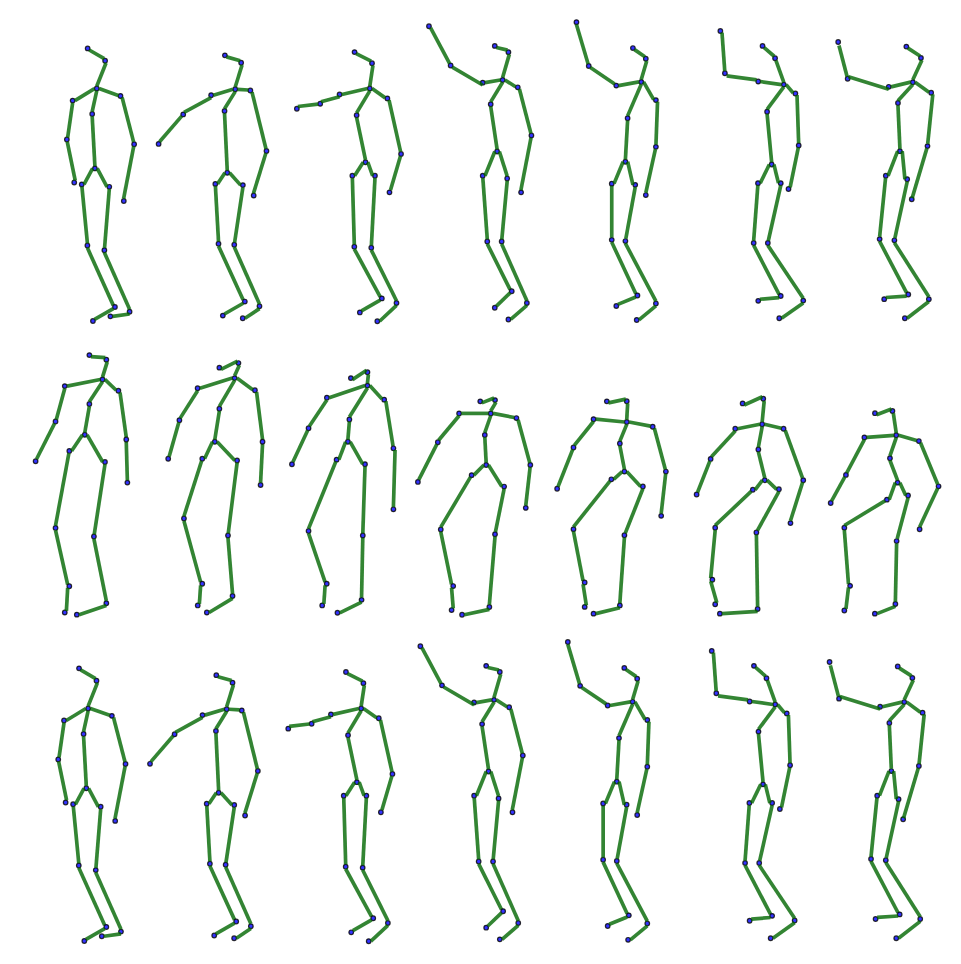
This is overall333.drawio from HuCui2022/Images, a draw.io file, before an edit. Source tidied: cells renumbered, new cells numbered last; positions are measured from the earlier drawing's top-left corner, leaving out a move shared by most shapes. Both pictures are drawn from the tidied source at 123%, with x=0, y=0 at pixel (33, 20).
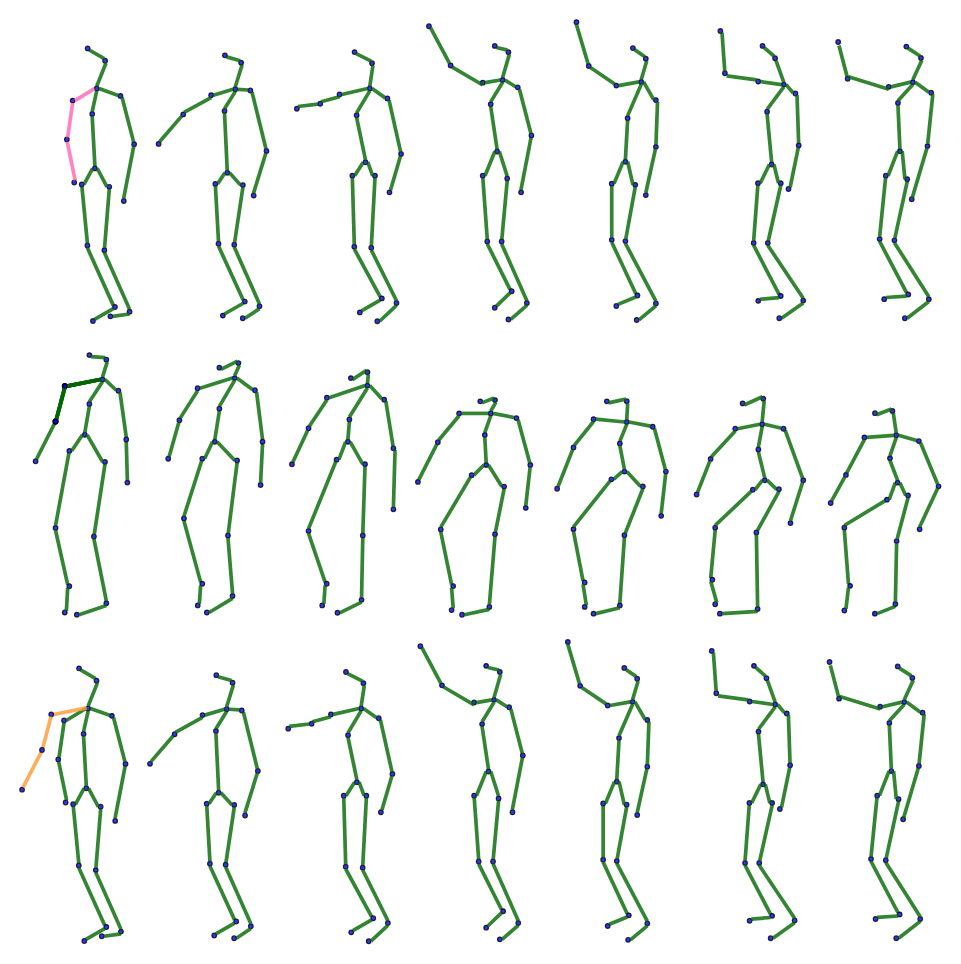
Above is the later version.

The change refers to these unchanged cells:
```xml
<mxCell id="5" style="ellipse;whiteSpace=wrap;html=1;fillColor=#0000FF;opacity=80;" parent="1" vertex="1">
  <mxGeometry x="49.3" y="53.6" width="3.7" height="3.8" as="geometry" />
</mxCell>
<mxCell id="7" style="ellipse;whiteSpace=wrap;html=1;fillColor=#0000FF;opacity=80;" parent="1" vertex="1">
  <mxGeometry x="29.7" y="63.4" width="3.7" height="3.8" as="geometry" />
</mxCell>
<mxCell id="17" style="ellipse;whiteSpace=wrap;html=1;fillColor=#0000FF;opacity=80;" parent="1" vertex="1">
  <mxGeometry x="25" y="95" width="3.7" height="3.8" as="geometry" />
</mxCell>
<mxCell id="18" style="ellipse;whiteSpace=wrap;html=1;fillColor=#0000FF;opacity=80;" parent="1" vertex="1">
  <mxGeometry x="31" y="130" width="3.7" height="3.8" as="geometry" />
</mxCell>
```

The edit, as a diff of the source:
```diff
@@
-    <mxCell id="9" style="edgeStyle=none;jettySize=auto;html=1;rounded=0;labelBackgroundColor=default;strokeColor=#006600;strokeWidth=3;fontFamily=Helvetica;fontSize=11;fontColor=default;endArrow=none;shape=connector;exitX=1;exitY=0.5;exitDx=0;exitDy=0;entryX=0;entryY=0.5;entryDx=0;entryDy=0;opacity=80;" parent="1" edge="1" source="7" target="5">
+    <mxCell id="9" style="edgeStyle=none;jettySize=auto;html=1;rounded=0;labelBackgroundColor=default;strokeColor=#FF66B3;strokeWidth=3;fontFamily=Helvetica;fontSize=11;fontColor=default;endArrow=none;shape=connector;exitX=1;exitY=0.5;exitDx=0;exitDy=0;entryX=0;entryY=0.5;entryDx=0;entryDy=0;opacity=80;" parent="1" edge="1" source="7" target="5">
       <mxGeometry relative="1" as="geometry" />
     </mxCell>
@@
-    <mxCell id="19" style="edgeStyle=none;jettySize=auto;html=1;rounded=0;labelBackgroundColor=default;strokeColor=#006600;strokeWidth=3;fontFamily=Helvetica;fontSize=11;fontColor=default;endArrow=none;shape=connector;exitX=0.712;exitY=0.024;exitDx=0;exitDy=0;exitPerimeter=0;opacity=80;" parent="1" edge="1" source="18" target="17">
+    <mxCell id="19" style="edgeStyle=none;jettySize=auto;html=1;rounded=0;labelBackgroundColor=default;strokeColor=#FF66B3;strokeWidth=3;fontFamily=Helvetica;fontSize=11;fontColor=default;endArrow=none;shape=connector;exitX=0.712;exitY=0.024;exitDx=0;exitDy=0;exitPerimeter=0;opacity=80;" parent="1" edge="1" source="18" target="17">
       <mxGeometry relative="1" as="geometry" />
     </mxCell>
-    <mxCell id="20" style="edgeStyle=none;jettySize=auto;html=1;rounded=0;labelBackgroundColor=default;strokeColor=#006600;strokeWidth=3;fontFamily=Helvetica;fontSize=11;fontColor=default;endArrow=none;shape=connector;exitX=0.677;exitY=0.061;exitDx=0;exitDy=0;exitPerimeter=0;opacity=80;entryX=0.5;entryY=1;entryDx=0;entryDy=0;" parent="1" edge="1" source="17" target="7">
+    <mxCell id="20" style="edgeStyle=none;jettySize=auto;html=1;rounded=0;labelBackgroundColor=default;strokeColor=#FF66B3;strokeWidth=3;fontFamily=Helvetica;fontSize=11;fontColor=default;endArrow=none;shape=connector;exitX=0.677;exitY=0.061;exitDx=0;exitDy=0;exitPerimeter=0;opacity=80;entryX=0.5;entryY=1;entryDx=0;entryDy=0;" parent="1" edge="1" source="17" target="7">
       <mxGeometry relative="1" as="geometry" />
     </mxCell>
@@
+    <mxCell id="796" style="edgeStyle=none;jettySize=auto;html=1;rounded=0;labelBackgroundColor=default;strokeColor=#006600;strokeWidth=3;fontFamily=Helvetica;fontSize=11;fontColor=default;endArrow=none;shape=connector;exitX=1;exitY=0.5;exitDx=0;exitDy=0;entryX=0;entryY=0.5;entryDx=0;entryDy=0;opacity=80;" parent="1" edge="1" source="797">
+      <mxGeometry relative="1" as="geometry">
+        <mxPoint x="54" y="292" as="targetPoint" />
+      </mxGeometry>
+    </mxCell>
+    <mxCell id="797" style="ellipse;whiteSpace=wrap;html=1;fillColor=#0000FF;opacity=80;" parent="1" vertex="1">
+      <mxGeometry x="23.3" y="295.5" width="3.7" height="3.8" as="geometry" />
+    </mxCell>
+    <mxCell id="798" style="edgeStyle=none;jettySize=auto;html=1;rounded=0;labelBackgroundColor=default;strokeColor=#006600;strokeWidth=3;fontFamily=Helvetica;fontSize=11;fontColor=default;endArrow=none;shape=connector;exitX=1;exitY=0.5;exitDx=0;exitDy=0;entryX=0;entryY=0.5;entryDx=0;entryDy=0;opacity=80;" parent="1" edge="1" source="799">
+      <mxGeometry relative="1" as="geometry">
+        <mxPoint x="54" y="292" as="targetPoint" />
+      </mxGeometry>
+    </mxCell>
+    <mxCell id="799" style="ellipse;whiteSpace=wrap;html=1;fillColor=#0000FF;opacity=80;" parent="1" vertex="1">
+      <mxGeometry x="23.3" y="295.5" width="3.7" height="3.8" as="geometry" />
+    </mxCell>
+    <mxCell id="800" style="edgeStyle=none;jettySize=auto;html=1;rounded=0;labelBackgroundColor=default;strokeColor=#006600;strokeWidth=3;fontFamily=Helvetica;fontSize=11;fontColor=default;endArrow=none;shape=connector;exitX=0.677;exitY=0.061;exitDx=0;exitDy=0;exitPerimeter=0;opacity=80;entryX=0.5;entryY=1;entryDx=0;entryDy=0;" parent="1" edge="1" source="801">
+      <mxGeometry relative="1" as="geometry">
+        <mxPoint x="25" y="299" as="targetPoint" />
+      </mxGeometry>
+    </mxCell>
+    <mxCell id="801" style="ellipse;whiteSpace=wrap;html=1;fillColor=#0000FF;opacity=80;" parent="1" vertex="1">
+      <mxGeometry x="15.8" y="324.3" width="3.7" height="3.8" as="geometry" />
+    </mxCell>
+    <mxCell id="802" style="edgeStyle=none;jettySize=auto;html=1;rounded=0;labelBackgroundColor=default;strokeColor=#006600;strokeWidth=3;fontFamily=Helvetica;fontSize=11;fontColor=default;endArrow=none;shape=connector;exitX=1;exitY=0.5;exitDx=0;exitDy=0;entryX=0;entryY=0.5;entryDx=0;entryDy=0;opacity=80;" parent="1" edge="1" source="803">
+      <mxGeometry relative="1" as="geometry">
+        <mxPoint x="54" y="292" as="targetPoint" />
+      </mxGeometry>
+    </mxCell>
+    <mxCell id="803" style="ellipse;whiteSpace=wrap;html=1;fillColor=#0000FF;opacity=80;" parent="1" vertex="1">
+      <mxGeometry x="23.3" y="295.5" width="3.7" height="3.8" as="geometry" />
+    </mxCell>
+    <mxCell id="804" style="edgeStyle=none;jettySize=auto;html=1;rounded=0;labelBackgroundColor=default;strokeColor=#006600;strokeWidth=3;fontFamily=Helvetica;fontSize=11;fontColor=default;endArrow=none;shape=connector;exitX=0.677;exitY=0.061;exitDx=0;exitDy=0;exitPerimeter=0;opacity=80;entryX=0.5;entryY=1;entryDx=0;entryDy=0;" parent="1" edge="1" source="805">
+      <mxGeometry relative="1" as="geometry">
+        <mxPoint x="25" y="299" as="targetPoint" />
+      </mxGeometry>
+    </mxCell>
+    <mxCell id="805" style="ellipse;whiteSpace=wrap;html=1;fillColor=#0000FF;opacity=80;" parent="1" vertex="1">
+      <mxGeometry x="15.8" y="324.3" width="3.7" height="3.8" as="geometry" />
+    </mxCell>
+    <mxCell id="806" style="edgeStyle=none;jettySize=auto;html=1;rounded=0;labelBackgroundColor=default;strokeColor=#006600;strokeWidth=3;fontFamily=Helvetica;fontSize=11;fontColor=default;endArrow=none;shape=connector;exitX=1;exitY=0.5;exitDx=0;exitDy=0;entryX=0;entryY=0.5;entryDx=0;entryDy=0;opacity=80;" parent="1" edge="1" source="807">
+      <mxGeometry relative="1" as="geometry">
+        <mxPoint x="54" y="292" as="targetPoint" />
+      </mxGeometry>
+    </mxCell>
+    <mxCell id="807" style="ellipse;whiteSpace=wrap;html=1;fillColor=#0000FF;opacity=80;" parent="1" vertex="1">
+      <mxGeometry x="23.3" y="295.5" width="3.7" height="3.8" as="geometry" />
+    </mxCell>
+    <mxCell id="808" style="edgeStyle=none;jettySize=auto;html=1;rounded=0;labelBackgroundColor=default;strokeColor=#006600;strokeWidth=3;fontFamily=Helvetica;fontSize=11;fontColor=default;endArrow=none;shape=connector;exitX=0.677;exitY=0.061;exitDx=0;exitDy=0;exitPerimeter=0;opacity=80;entryX=0.5;entryY=1;entryDx=0;entryDy=0;" parent="1" edge="1" source="809">
+      <mxGeometry relative="1" as="geometry">
+        <mxPoint x="25" y="299" as="targetPoint" />
+      </mxGeometry>
+    </mxCell>
+    <mxCell id="809" style="ellipse;whiteSpace=wrap;html=1;fillColor=#0000FF;opacity=80;" parent="1" vertex="1">
+      <mxGeometry x="15.8" y="324.3" width="3.7" height="3.8" as="geometry" />
+    </mxCell>
+    <mxCell id="810" style="ellipse;whiteSpace=wrap;html=1;fillColor=#0000FF;opacity=80;" parent="1" vertex="1">
+      <mxGeometry x="-11.4" y="623.6" width="3.7" height="3.8" as="geometry" />
+    </mxCell>
+    <mxCell id="811" style="edgeStyle=none;jettySize=auto;html=1;rounded=0;labelBackgroundColor=default;strokeColor=#FF9933;strokeWidth=3;fontFamily=Helvetica;fontSize=11;fontColor=default;endArrow=none;shape=connector;exitX=0.712;exitY=0.024;exitDx=0;exitDy=0;exitPerimeter=0;opacity=80;" parent="1" edge="1" source="810">
+      <mxGeometry relative="1" as="geometry">
+        <mxPoint x="6" y="595" as="targetPoint" />
+      </mxGeometry>
+    </mxCell>
+    <mxCell id="812" style="edgeStyle=none;jettySize=auto;html=1;rounded=0;labelBackgroundColor=default;strokeColor=#FF9933;strokeWidth=3;fontFamily=Helvetica;fontSize=11;fontColor=default;endArrow=none;shape=connector;exitX=1;exitY=0.5;exitDx=0;exitDy=0;entryX=0;entryY=0.5;entryDx=0;entryDy=0;opacity=80;" parent="1" edge="1" source="813">
+      <mxGeometry relative="1" as="geometry">
+        <mxPoint x="43" y="559" as="targetPoint" />
+      </mxGeometry>
+    </mxCell>
+    <mxCell id="813" style="ellipse;whiteSpace=wrap;html=1;fillColor=#0000FF;opacity=80;" parent="1" vertex="1">
+      <mxGeometry x="12.3" y="562.5" width="3.7" height="3.8" as="geometry" />
+    </mxCell>
+    <mxCell id="814" style="edgeStyle=none;jettySize=auto;html=1;rounded=0;labelBackgroundColor=default;strokeColor=#FF9933;strokeWidth=3;fontFamily=Helvetica;fontSize=11;fontColor=default;endArrow=none;shape=connector;exitX=0.677;exitY=0.061;exitDx=0;exitDy=0;exitPerimeter=0;opacity=80;entryX=0.5;entryY=1;entryDx=0;entryDy=0;" parent="1" edge="1" source="815">
+      <mxGeometry relative="1" as="geometry">
+        <mxPoint x="14" y="566" as="targetPoint" />
+      </mxGeometry>
+    </mxCell>
+    <mxCell id="815" style="ellipse;whiteSpace=wrap;html=1;fillColor=#0000FF;opacity=80;" parent="1" vertex="1">
+      <mxGeometry x="4.8" y="591.3" width="3.7" height="3.8" as="geometry" />
+    </mxCell>
```
